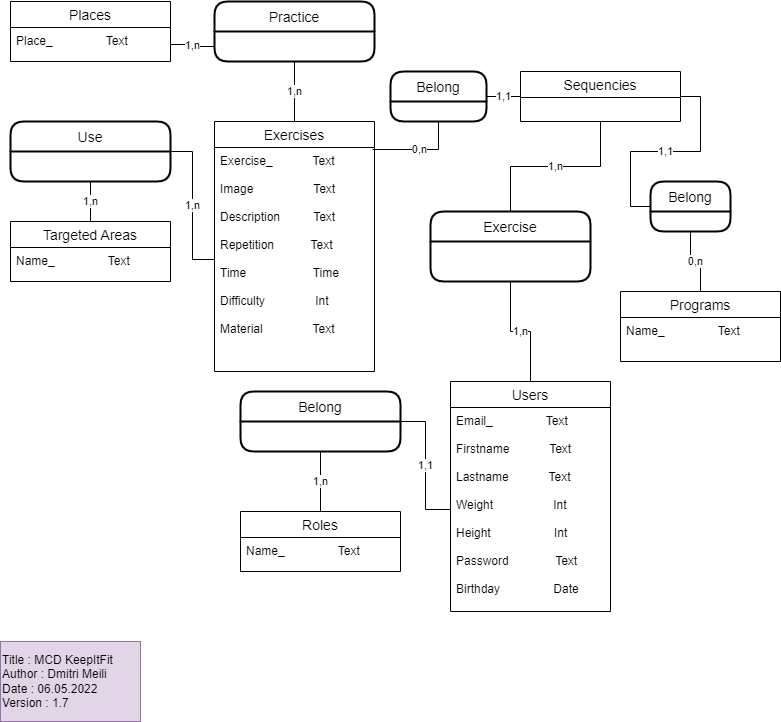
dmitrimeili/KeepItFit keeps this draw.io diagram as Doc/BDD/MCD.png. Above is the earlier version. Source tidied: cells renumbered, new cells last; positions are measured from the earlier drawing's top-left corner, leaving out a move shared by most shapes. The source it was exported from:
```xml
<mxGraphModel>
  <root>
    <mxCell id="0" />
    <mxCell id="1" parent="0" />
    <mxCell id="2" value="1,n" style="edgeStyle=orthogonalEdgeStyle;rounded=0;jettySize=auto;html=1;exitX=0.5;exitY=0;exitDx=0;exitDy=0;entryX=0.5;entryY=1;entryDx=0;entryDy=0;endArrow=none;endFill=0;" parent="1" edge="1" source="3" target="27">
      <mxGeometry relative="1" as="geometry" />
    </mxCell>
    <mxCell id="3" value="Users" style="swimlane;fontStyle=0;horizontal=1;startSize=26;align=center;fontSize=14;" parent="1" vertex="1">
      <mxGeometry x="450" y="380" width="160" height="230" as="geometry" />
    </mxCell>
    <mxCell id="4" value="Email_                Text&#10;&#10;Firstname            Text&#10;&#10;Lastname            Text&#10;&#10;Weight                  Int&#10;&#10;Height                   Int&#10;&#10;Password              Text&#10;&#10;Birthday                Date" style="text;strokeColor=none;fillColor=none;spacingLeft=4;spacingRight=4;overflow=hidden;points=[[0,0.5],[1,0.5]];portConstraint=eastwest;fontSize=12;" parent="3" vertex="1">
      <mxGeometry y="26" width="160" height="204" as="geometry" />
    </mxCell>
    <mxCell id="5" value="1,1" style="edgeStyle=orthogonalEdgeStyle;rounded=0;jettySize=auto;html=1;exitX=1;exitY=0.5;exitDx=0;exitDy=0;endArrow=none;endFill=0;" parent="1" edge="1" source="7" target="4">
      <mxGeometry relative="1" as="geometry" />
    </mxCell>
    <mxCell id="6" value="1,n" style="edgeStyle=orthogonalEdgeStyle;rounded=0;jettySize=auto;html=1;exitX=0.5;exitY=1;exitDx=0;exitDy=0;entryX=0.5;entryY=0;entryDx=0;entryDy=0;endArrow=none;endFill=0;" parent="1" edge="1" source="7" target="8">
      <mxGeometry relative="1" as="geometry" />
    </mxCell>
    <mxCell id="7" value="Belong" style="swimlane;horizontal=1;startSize=30;rounded=1;fontSize=14;fontStyle=0;strokeWidth=2;shadow=0;dashed=0;align=center;" parent="1" vertex="1">
      <mxGeometry x="240" y="390" width="160" height="60" as="geometry" />
    </mxCell>
    <mxCell id="8" value="Roles" style="swimlane;fontStyle=0;horizontal=1;startSize=26;align=center;fontSize=14;" parent="1" vertex="1">
      <mxGeometry x="240" y="510" width="160" height="60" as="geometry" />
    </mxCell>
    <mxCell id="9" value="Name_                Text" style="text;strokeColor=none;fillColor=none;spacingLeft=4;spacingRight=4;overflow=hidden;fontSize=12;" parent="8" vertex="1">
      <mxGeometry y="26" width="160" height="34" as="geometry" />
    </mxCell>
    <mxCell id="10" value="Places" style="swimlane;fontStyle=0;horizontal=1;startSize=26;align=center;fontSize=14;" parent="1" vertex="1">
      <mxGeometry x="10" width="160" height="60" as="geometry" />
    </mxCell>
    <mxCell id="11" value="Place_                Text" style="text;strokeColor=none;fillColor=none;spacingLeft=4;spacingRight=4;overflow=hidden;points=[[0,0.5],[1,0.5]];portConstraint=eastwest;fontSize=12;" parent="10" vertex="1">
      <mxGeometry y="26" width="160" height="34" as="geometry" />
    </mxCell>
    <mxCell id="12" value="1,n" style="edgeStyle=orthogonalEdgeStyle;rounded=0;jettySize=auto;html=1;exitX=0.5;exitY=0;exitDx=0;exitDy=0;entryX=0.5;entryY=1;entryDx=0;entryDy=0;endArrow=none;endFill=0;" parent="1" edge="1" source="13" target="15">
      <mxGeometry relative="1" as="geometry" />
    </mxCell>
    <mxCell id="13" value="Exercises" style="swimlane;fontStyle=0;horizontal=1;startSize=26;align=center;fontSize=14;" parent="1" vertex="1">
      <mxGeometry x="214" y="120" width="160" height="250" as="geometry" />
    </mxCell>
    <mxCell id="14" value="Exercise_            Text&#10;&#10;Image                  Text&#10;&#10;Description          Text&#10;&#10;Repetition           Text&#10;&#10;Time                    Time&#10;&#10;Difficulty               Int&#10;&#10;Material               Text&#10;&#10;" style="text;strokeColor=none;fillColor=none;spacingLeft=4;spacingRight=4;overflow=hidden;points=[[0,0.5],[1,0.5]];portConstraint=eastwest;fontSize=12;" parent="13" vertex="1">
      <mxGeometry y="26" width="160" height="224" as="geometry" />
    </mxCell>
    <mxCell id="15" value="Practice" style="swimlane;horizontal=1;startSize=30;rounded=1;fontSize=14;fontStyle=0;strokeWidth=2;shadow=0;dashed=0;align=center;" parent="1" vertex="1">
      <mxGeometry x="214" width="160" height="60" as="geometry" />
    </mxCell>
    <mxCell id="16" value="1,n" style="edgeStyle=orthogonalEdgeStyle;rounded=0;jettySize=auto;html=1;exitX=1;exitY=0.5;exitDx=0;exitDy=0;endArrow=none;endFill=0;" parent="1" edge="1" source="18" target="14">
      <mxGeometry relative="1" as="geometry" />
    </mxCell>
    <mxCell id="17" value="1,n" style="edgeStyle=orthogonalEdgeStyle;rounded=0;jettySize=auto;html=1;exitX=0.5;exitY=1;exitDx=0;exitDy=0;entryX=0.5;entryY=0;entryDx=0;entryDy=0;endArrow=none;endFill=0;" parent="1" edge="1" source="18" target="19">
      <mxGeometry relative="1" as="geometry" />
    </mxCell>
    <mxCell id="18" value="Use" style="swimlane;horizontal=1;startSize=30;rounded=1;fontSize=14;fontStyle=0;strokeWidth=2;shadow=0;dashed=0;align=center;" parent="1" vertex="1">
      <mxGeometry x="10" y="120" width="160" height="60" as="geometry" />
    </mxCell>
    <mxCell id="19" value="Targeted Areas" style="swimlane;fontStyle=0;horizontal=1;startSize=26;align=center;fontSize=14;" parent="1" vertex="1">
      <mxGeometry x="10" y="220" width="160" height="60" as="geometry" />
    </mxCell>
    <mxCell id="20" value="Name_                Text" style="text;strokeColor=none;fillColor=none;spacingLeft=4;spacingRight=4;overflow=hidden;fontSize=12;" parent="19" vertex="1">
      <mxGeometry y="26" width="160" height="34" as="geometry" />
    </mxCell>
    <mxCell id="21" value="Title : MCD KeepItFit&lt;br&gt;Author : Dmitri Meili&lt;br&gt;Date : 06.05.2022&lt;br&gt;Version : 1.7" style="rounded=0;whiteSpace=wrap;html=1;fillColor=#e1d5e7;strokeColor=#9673a6;align=left;" parent="1" vertex="1">
      <mxGeometry y="640" width="140" height="80" as="geometry" />
    </mxCell>
    <mxCell id="22" value="Programs" style="swimlane;fontStyle=0;horizontal=1;startSize=26;align=center;fontSize=14;" parent="1" vertex="1">
      <mxGeometry x="620" y="290" width="160" height="70" as="geometry" />
    </mxCell>
    <mxCell id="23" value="Name_                Text" style="text;strokeColor=none;fillColor=none;spacingLeft=4;spacingRight=4;overflow=hidden;fontSize=12;" parent="22" vertex="1">
      <mxGeometry y="26" width="160" height="44" as="geometry" />
    </mxCell>
    <mxCell id="24" value="1,n" style="edgeStyle=orthogonalEdgeStyle;rounded=0;jettySize=auto;html=1;exitX=1;exitY=0.5;exitDx=0;exitDy=0;entryX=0;entryY=0.75;entryDx=0;entryDy=0;endArrow=none;endFill=0;" parent="1" edge="1" source="11" target="15">
      <mxGeometry relative="1" as="geometry" />
    </mxCell>
    <mxCell id="25" value="0,n" style="edgeStyle=orthogonalEdgeStyle;rounded=0;jettySize=auto;html=1;exitX=0.5;exitY=1;exitDx=0;exitDy=0;entryX=0.988;entryY=0.009;entryDx=0;entryDy=0;entryPerimeter=0;endArrow=none;endFill=0;" parent="1" edge="1" source="33" target="14">
      <mxGeometry relative="1" as="geometry" />
    </mxCell>
    <mxCell id="26" value="1,n" style="edgeStyle=orthogonalEdgeStyle;rounded=0;jettySize=auto;html=1;entryX=0.5;entryY=0;entryDx=0;entryDy=0;endArrow=none;endFill=0;exitX=0.5;exitY=1;exitDx=0;exitDy=0;" parent="1" edge="1" source="29" target="27">
      <mxGeometry relative="1" as="geometry" />
    </mxCell>
    <mxCell id="27" value="Exercise" style="swimlane;horizontal=1;startSize=30;rounded=1;fontSize=14;fontStyle=0;strokeWidth=2;shadow=0;dashed=0;align=center;" parent="1" vertex="1">
      <mxGeometry x="430" y="210" width="160" height="70" as="geometry" />
    </mxCell>
    <mxCell id="28" value="1,1" style="edgeStyle=orthogonalEdgeStyle;rounded=0;jettySize=auto;html=1;exitX=1;exitY=0.5;exitDx=0;exitDy=0;entryX=0;entryY=0.5;entryDx=0;entryDy=0;endArrow=none;endFill=0;" parent="1" edge="1" source="29" target="31">
      <mxGeometry relative="1" as="geometry" />
    </mxCell>
    <mxCell id="29" value="Sequencies" style="swimlane;fontStyle=0;horizontal=1;startSize=26;align=center;fontSize=14;" parent="1" vertex="1">
      <mxGeometry x="520" y="70" width="160" height="50" as="geometry" />
    </mxCell>
    <mxCell id="30" value="0,n" style="edgeStyle=orthogonalEdgeStyle;rounded=0;jettySize=auto;html=1;exitX=0.5;exitY=1;exitDx=0;exitDy=0;entryX=0.5;entryY=0;entryDx=0;entryDy=0;endArrow=none;endFill=0;" parent="1" edge="1" source="31" target="22">
      <mxGeometry relative="1" as="geometry" />
    </mxCell>
    <mxCell id="31" value="Belong" style="swimlane;horizontal=1;startSize=30;rounded=1;fontSize=14;fontStyle=0;strokeWidth=2;shadow=0;dashed=0;align=center;" parent="1" vertex="1">
      <mxGeometry x="650" y="180" width="80" height="50" as="geometry" />
    </mxCell>
    <mxCell id="32" value="1,1" style="edgeStyle=orthogonalEdgeStyle;rounded=0;jettySize=auto;html=1;exitX=1;exitY=0.5;exitDx=0;exitDy=0;entryX=0;entryY=0.5;entryDx=0;entryDy=0;endArrow=none;endFill=0;" parent="1" edge="1" source="33" target="29">
      <mxGeometry relative="1" as="geometry" />
    </mxCell>
    <mxCell id="33" value="Belong" style="swimlane;horizontal=1;startSize=30;rounded=1;fontSize=14;fontStyle=0;strokeWidth=2;shadow=0;dashed=0;align=center;" parent="1" vertex="1">
      <mxGeometry x="390" y="70" width="96" height="50" as="geometry" />
    </mxCell>
  </root>
</mxGraphModel>
```
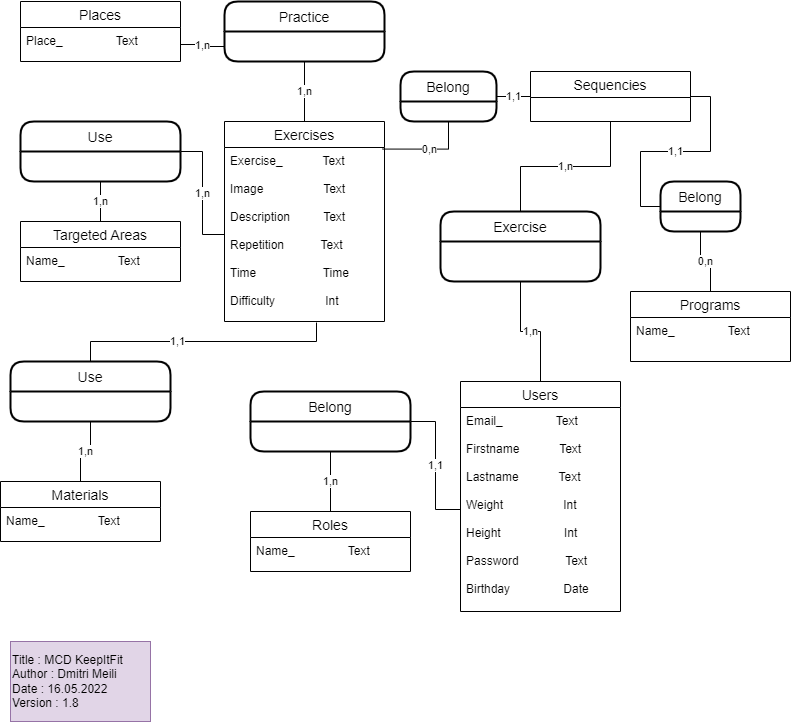
After the change.

The edit, as a diff of the source:
```diff
@@ -36,10 +36,10 @@
       <mxGeometry relative="1" as="geometry" />
     </mxCell>
     <mxCell id="13" value="Exercises" style="swimlane;fontStyle=0;horizontal=1;startSize=26;align=center;fontSize=14;" parent="1" vertex="1">
-      <mxGeometry x="214" y="120" width="160" height="250" as="geometry" />
+      <mxGeometry x="214" y="120" width="160" height="200" as="geometry" />
     </mxCell>
-    <mxCell id="14" value="Exercise_            Text&#10;&#10;Image                  Text&#10;&#10;Description          Text&#10;&#10;Repetition           Text&#10;&#10;Time                    Time&#10;&#10;Difficulty               Int&#10;&#10;Material               Text&#10;&#10;" style="text;strokeColor=none;fillColor=none;spacingLeft=4;spacingRight=4;overflow=hidden;points=[[0,0.5],[1,0.5]];portConstraint=eastwest;fontSize=12;" parent="13" vertex="1">
-      <mxGeometry y="26" width="160" height="224" as="geometry" />
+    <mxCell id="14" value="Exercise_            Text&#10;&#10;Image                  Text&#10;&#10;Description          Text&#10;&#10;Repetition           Text&#10;&#10;Time                    Time&#10;&#10;Difficulty               Int&#10;&#10;&#10;" style="text;strokeColor=none;fillColor=none;spacingLeft=4;spacingRight=4;overflow=hidden;points=[[0,0.5],[1,0.5]];portConstraint=eastwest;fontSize=12;" parent="13" vertex="1">
+      <mxGeometry y="26" width="160" height="174" as="geometry" />
     </mxCell>
     <mxCell id="15" value="Practice" style="swimlane;horizontal=1;startSize=30;rounded=1;fontSize=14;fontStyle=0;strokeWidth=2;shadow=0;dashed=0;align=center;" parent="1" vertex="1">
       <mxGeometry x="214" width="160" height="60" as="geometry" />
@@ -59,7 +59,7 @@
     <mxCell id="20" value="Name_                Text" style="text;strokeColor=none;fillColor=none;spacingLeft=4;spacingRight=4;overflow=hidden;fontSize=12;" parent="19" vertex="1">
       <mxGeometry y="26" width="160" height="34" as="geometry" />
     </mxCell>
-    <mxCell id="21" value="Title : MCD KeepItFit&lt;br&gt;Author : Dmitri Meili&lt;br&gt;Date : 06.05.2022&lt;br&gt;Version : 1.7" style="rounded=0;whiteSpace=wrap;html=1;fillColor=#e1d5e7;strokeColor=#9673a6;align=left;" parent="1" vertex="1">
+    <mxCell id="21" value="Title : MCD KeepItFit&lt;br&gt;Author : Dmitri Meili&lt;br&gt;Date : 16.05.2022&lt;br&gt;Version : 1.8" style="rounded=0;whiteSpace=wrap;html=1;fillColor=#e1d5e7;strokeColor=#9673a6;align=left;" parent="1" vertex="1">
       <mxGeometry y="640" width="140" height="80" as="geometry" />
     </mxCell>
     <mxCell id="22" value="Programs" style="swimlane;fontStyle=0;horizontal=1;startSize=26;align=center;fontSize=14;" parent="1" vertex="1">
@@ -98,5 +98,23 @@
     <mxCell id="33" value="Belong" style="swimlane;horizontal=1;startSize=30;rounded=1;fontSize=14;fontStyle=0;strokeWidth=2;shadow=0;dashed=0;align=center;" parent="1" vertex="1">
       <mxGeometry x="390" y="70" width="96" height="50" as="geometry" />
     </mxCell>
+    <mxCell id="34" value="1,n" style="edgeStyle=orthogonalEdgeStyle;rounded=0;jettySize=auto;html=1;exitX=0.5;exitY=0;exitDx=0;exitDy=0;entryX=0.5;entryY=1;entryDx=0;entryDy=0;endArrow=none;endFill=0;" parent="1" edge="1" source="38" target="37">
+      <mxGeometry relative="1" as="geometry" />
+    </mxCell>
+    <mxCell id="35" style="edgeStyle=orthogonalEdgeStyle;rounded=0;jettySize=auto;html=1;exitX=0.5;exitY=0;exitDx=0;exitDy=0;entryX=0.575;entryY=1.006;entryDx=0;entryDy=0;entryPerimeter=0;endArrow=none;endFill=0;" parent="1" edge="1" source="37" target="14">
+      <mxGeometry relative="1" as="geometry" />
+    </mxCell>
+    <mxCell id="36" value="1,1" style="edgeLabel;html=1;align=center;verticalAlign=middle;" parent="35" vertex="1">
+      <mxGeometry x="-0.2" y="1" relative="1" as="geometry" />
+    </mxCell>
+    <mxCell id="37" value="Use" style="swimlane;horizontal=1;startSize=30;rounded=1;fontSize=14;fontStyle=0;strokeWidth=2;shadow=0;dashed=0;align=center;" parent="1" vertex="1">
+      <mxGeometry y="360" width="160" height="60" as="geometry" />
+    </mxCell>
+    <mxCell id="38" value="Materials" style="swimlane;fontStyle=0;horizontal=1;startSize=26;align=center;fontSize=14;" parent="1" vertex="1">
+      <mxGeometry x="-10" y="480" width="160" height="60" as="geometry" />
+    </mxCell>
+    <mxCell id="39" value="Name_                Text" style="text;strokeColor=none;fillColor=none;spacingLeft=4;spacingRight=4;overflow=hidden;fontSize=12;" parent="38" vertex="1">
+      <mxGeometry y="26" width="160" height="34" as="geometry" />
+    </mxCell>
   </root>
 </mxGraphModel>
```
